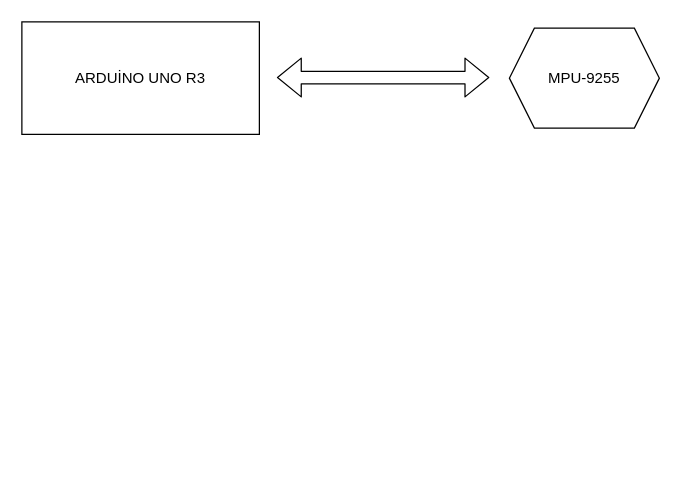
Before: Untitled Diagram.drawio in bugraduz/D-AGRAM, a draw.io diagram. Source tidied: cells renumbered, new cells numbered last; positions are measured from the earlier drawing's top-left corner, leaving out a move shared by most shapes. Both pictures are drawn from the tidied source at 125%, with x=0, y=0 at pixel (21, 21).
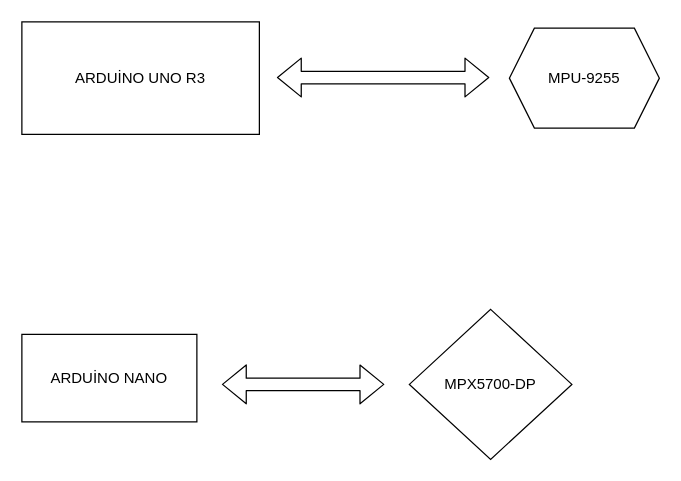
Above is the later version.

The edit, as a diff of the source:
```diff
@@
 <mxGraphModel>
   <root>
     <mxCell id="0" />
     <mxCell id="1" parent="0" />
     <mxCell id="2" value="ARDUİNO UNO R3&lt;br&gt;" style="rounded=0;whiteSpace=wrap;html=1;align=center;" parent="1" vertex="1">
       <mxGeometry width="190" height="90" as="geometry" />
     </mxCell>
     <mxCell id="3" style="shape=flexArrow;endArrow=classic;startArrow=classic;html=1;" parent="1" edge="1">
       <mxGeometry relative="1" as="geometry">
         <mxPoint x="204" y="44.5" as="sourcePoint" />
         <mxPoint x="374" y="44.5" as="targetPoint" />
       </mxGeometry>
     </mxCell>
     <mxCell id="4" value="MPU-9255" style="shape=hexagon;perimeter=hexagonPerimeter2;whiteSpace=wrap;html=1;fixedSize=1;" parent="1" vertex="1">
       <mxGeometry x="390" y="5" width="120" height="80" as="geometry" />
     </mxCell>
+    <mxCell id="5" value="ARDUİNO NANO" style="rounded=0;whiteSpace=wrap;html=1;" parent="1" vertex="1">
+      <mxGeometry y="250" width="140" height="70" as="geometry" />
+    </mxCell>
+    <mxCell id="6" style="shape=flexArrow;endArrow=classic;startArrow=classic;html=1;" parent="1" edge="1">
+      <mxGeometry relative="1" as="geometry">
+        <mxPoint x="160" y="290" as="sourcePoint" />
+        <mxPoint x="290" y="290" as="targetPoint" />
+      </mxGeometry>
+    </mxCell>
+    <mxCell id="7" value="MPX5700-DP" style="rhombus;whiteSpace=wrap;html=1;" parent="1" vertex="1">
+      <mxGeometry x="310" y="230" width="130" height="120" as="geometry" />
+    </mxCell>
   </root>
 </mxGraphModel>
```
